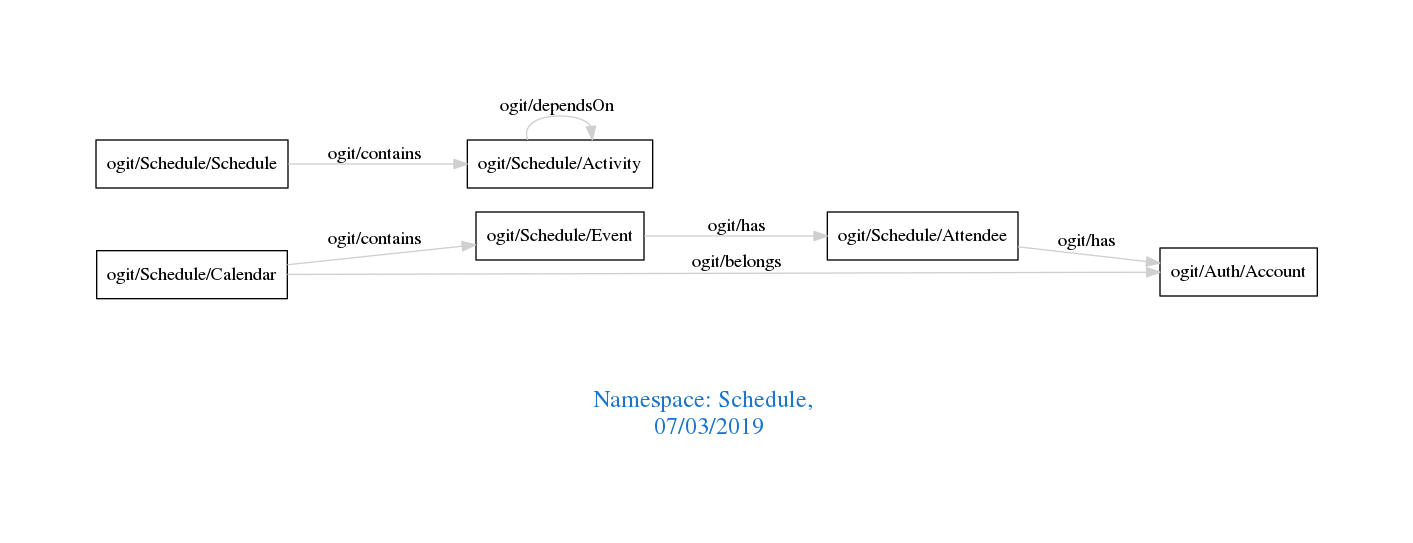
Above: downloads/Schedule.png in arago/OGIT (Graphviz), before the change. Its source is kept beside it as downloads/Schedule.dot. Its diagram source:
```dot
digraph OGIT_ontology {
 graph [ rankdir= LR,pad=1
fontsize = 18,
fontcolor= dodgerblue3,label = "\n\n\nNamespace: Schedule, \n 07/03/2019"];
node[shape=polygon];
edge [  color="gray81"];

   "ogit/Schedule/Calendar" -> "ogit/Schedule/Event" [label="   ogit/contains    "];
   "ogit/Schedule/Schedule" -> "ogit/Schedule/Activity" [label="   ogit/contains    "];
   "ogit/Schedule/Calendar" -> "ogit/Auth/Account" [label="   ogit/belongs    "];
   "ogit/Schedule/Attendee" -> "ogit/Auth/Account" [label="   ogit/has    "];
   "ogit/Schedule/Event" -> "ogit/Schedule/Attendee" [label="   ogit/has    "];
   "ogit/Schedule/Activity" -> "ogit/Schedule/Activity" [label="   ogit/dependsOn    "];
}
```
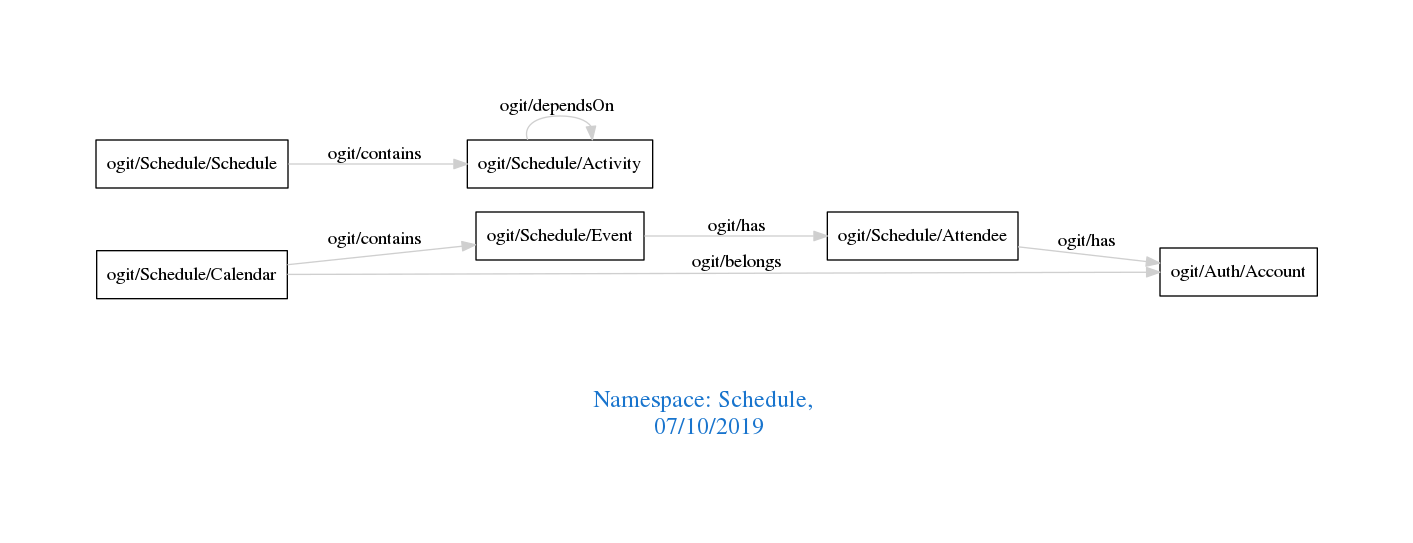
The same file after the commit.

Change to the diagram source:
```diff
@@ -1,7 +1,7 @@
 digraph OGIT_ontology {
  graph [ rankdir= LR,pad=1
 fontsize = 18,
-fontcolor= dodgerblue3,label = "\n\n\nNamespace: Schedule, \n 07/03/2019"];
+fontcolor= dodgerblue3,label = "\n\n\nNamespace: Schedule, \n 07/10/2019"];
 node[shape=polygon];
 edge [  color="gray81"];
 
```
